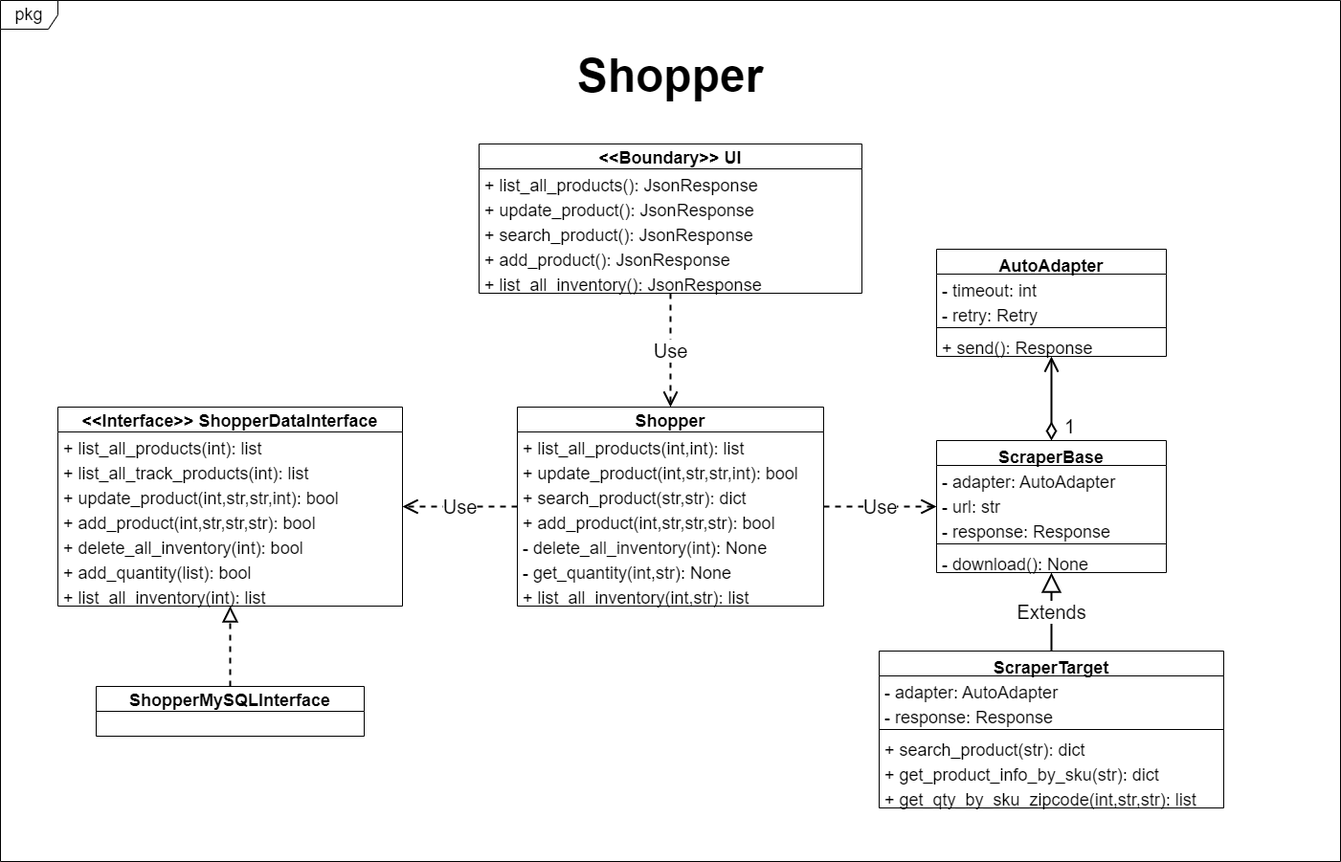
This is docs/class_diagram_shopper.png from ypeng90/shopper, a draw.io export, as it was before one commit. Source tidied: cells renumbered, new cells last; positions are measured from the earlier drawing's top-left corner, leaving out a move shared by most shapes.
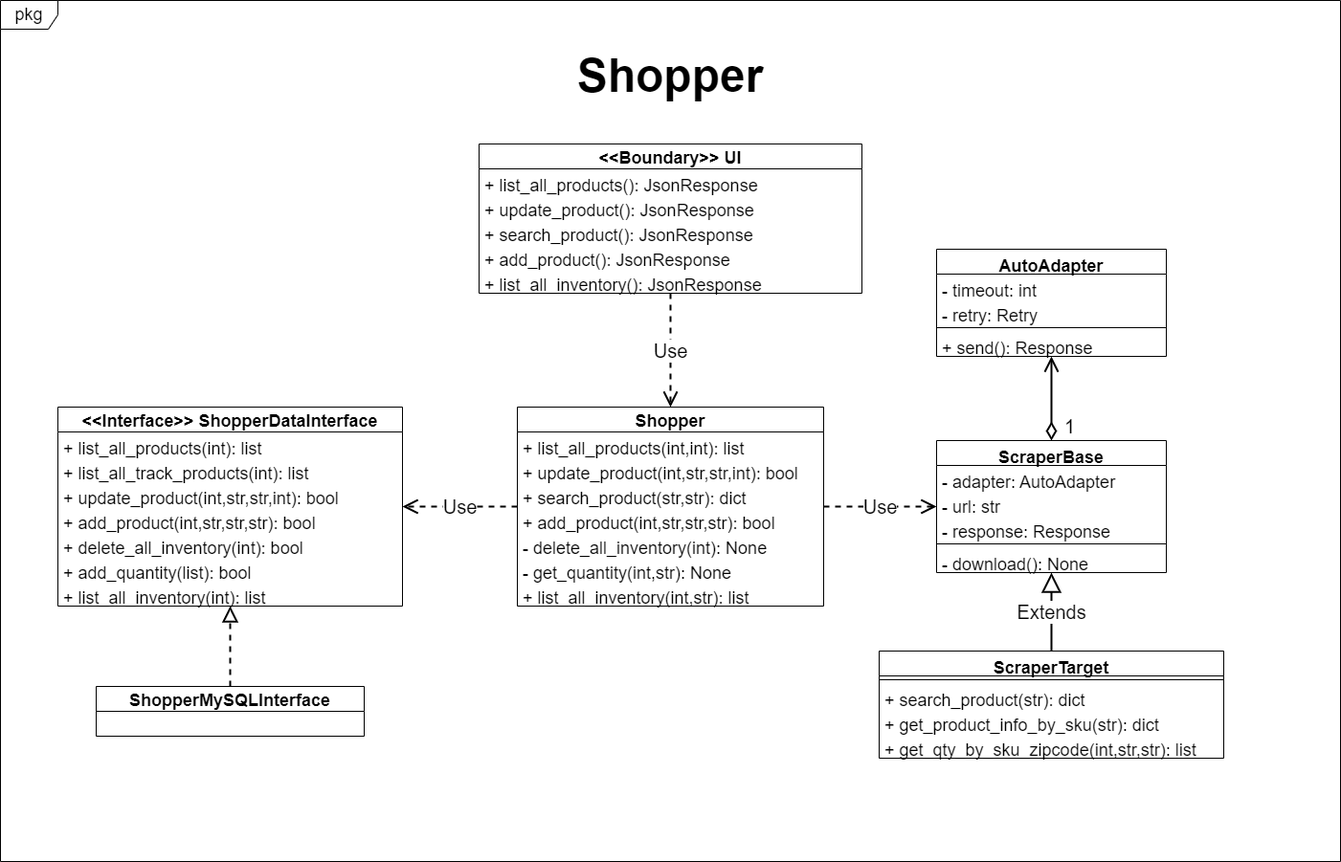
Above is the later version.

Commit message:
class diagram shopper updated

What changed in the source:
```diff
@@ -117,25 +117,19 @@
       <mxGeometry y="112" width="240" height="26" as="geometry" />
     </mxCell>
     <mxCell id="40" value="ScraperTarget" style="swimlane;fontStyle=1;align=center;verticalAlign=top;horizontal=1;startSize=26;fontSize=18;strokeWidth=1;" parent="1" vertex="1">
-      <mxGeometry x="918" y="680" width="360" height="164" as="geometry" />
+      <mxGeometry x="918" y="680" width="360" height="112" as="geometry" />
     </mxCell>
-    <mxCell id="41" value="- adapter: AutoAdapter" style="text;strokeColor=none;fillColor=none;align=left;verticalAlign=top;spacingLeft=4;spacingRight=4;overflow=hidden;fontSize=18;" parent="40" vertex="1">
-      <mxGeometry y="26" width="360" height="26" as="geometry" />
-    </mxCell>
-    <mxCell id="42" value="- response: Response" style="text;strokeColor=none;fillColor=none;align=left;verticalAlign=top;spacingLeft=4;spacingRight=4;overflow=hidden;fontSize=18;" parent="40" vertex="1">
-      <mxGeometry y="52" width="360" height="26" as="geometry" />
-    </mxCell>
     <mxCell id="43" style="line;strokeWidth=1;fillColor=none;align=left;verticalAlign=middle;spacingTop=-1;spacingLeft=3;spacingRight=3;labelPosition=right;fontSize=18;" parent="40" vertex="1">
-      <mxGeometry y="78" width="360" height="8" as="geometry" />
+      <mxGeometry y="26" width="360" height="8" as="geometry" />
     </mxCell>
     <mxCell id="44" value="+ search_product(str): dict" style="text;strokeColor=none;fillColor=none;align=left;verticalAlign=top;spacingLeft=4;spacingRight=4;overflow=hidden;fontSize=18;" parent="40" vertex="1">
-      <mxGeometry y="86" width="360" height="26" as="geometry" />
+      <mxGeometry y="34" width="360" height="26" as="geometry" />
     </mxCell>
     <mxCell id="45" value="+ get_product_info_by_sku(str): dict" style="text;strokeColor=none;fillColor=none;align=left;verticalAlign=top;spacingLeft=4;spacingRight=4;overflow=hidden;fontSize=18;" parent="40" vertex="1">
-      <mxGeometry y="112" width="360" height="26" as="geometry" />
+      <mxGeometry y="60" width="360" height="26" as="geometry" />
     </mxCell>
     <mxCell id="46" value="+ get_qty_by_sku_zipcode(int,str,str): list" style="text;strokeColor=none;fillColor=none;align=left;verticalAlign=top;spacingLeft=4;spacingRight=4;overflow=hidden;fontSize=18;" parent="40" vertex="1">
-      <mxGeometry y="138" width="360" height="26" as="geometry" />
+      <mxGeometry y="86" width="360" height="26" as="geometry" />
     </mxCell>
     <mxCell id="47" value="Extends" style="endArrow=block;endSize=16;endFill=0;html=1;fontSize=20;strokeWidth=2;entryX=0.5;entryY=1;entryDx=0;entryDy=0;exitX=0.5;exitY=0;exitDx=0;exitDy=0;" parent="1" edge="1" source="40" target="34">
       <mxGeometry relative="1" as="geometry" />
```
